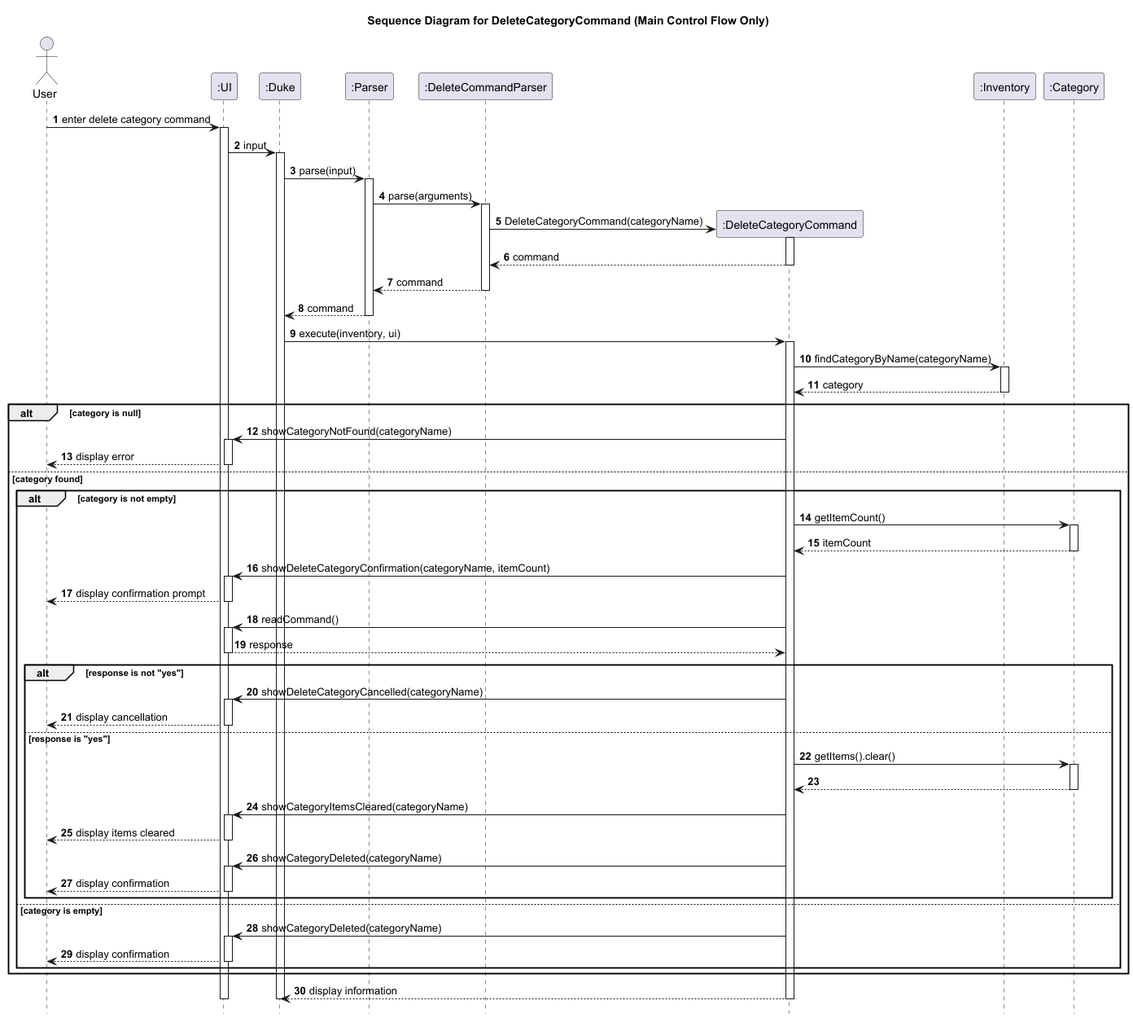
yueyang1111/tp keeps this PlantUML diagram as docs/diagrams/DeleteCategoryCommandMainFlow-Sequence_Diagram_for_DeleteCategoryCommand__Main_Control_Flow_Only_.png. Above is the earlier version. The source it was exported from:
```plantuml
@startuml
title Sequence Diagram for DeleteCategoryCommand (Main Control Flow Only)

autonumber
hide footbox

actor User
participant ":UI" as UI
participant ":Duke" as Duke
participant ":Parser" as Parser
participant ":DeleteCommandParser" as DeleteCommandParser
participant ":DeleteCategoryCommand" as DeleteCategoryCommand
participant ":Inventory" as Inventory
participant ":Category" as Category

User -> UI: enter delete category command
activate UI
UI -> Duke: input
activate Duke
Duke -> Parser: parse(input)
activate Parser

Parser -> DeleteCommandParser: parse(arguments)
activate DeleteCommandParser

create DeleteCategoryCommand
DeleteCommandParser -> DeleteCategoryCommand: DeleteCategoryCommand(categoryName)
activate DeleteCategoryCommand
DeleteCategoryCommand --> DeleteCommandParser: command
deactivate DeleteCategoryCommand
DeleteCommandParser --> Parser: command
deactivate DeleteCommandParser
Parser --> Duke: command
deactivate Parser

Duke -> DeleteCategoryCommand: execute(inventory, ui)
activate DeleteCategoryCommand
DeleteCategoryCommand -> Inventory: findCategoryByName(categoryName)
activate Inventory
Inventory --> DeleteCategoryCommand: category
deactivate Inventory

alt category is null
    DeleteCategoryCommand -> UI: showCategoryNotFound(categoryName)
    activate UI
    UI --> User: display error
    deactivate UI
else category found
    alt category is not empty
        DeleteCategoryCommand -> Category: getItemCount()
        activate Category
        Category --> DeleteCategoryCommand: itemCount
        deactivate Category

        DeleteCategoryCommand -> UI: showDeleteCategoryConfirmation(categoryName, itemCount)
        activate UI
        UI --> User: display confirmation prompt
        deactivate UI

        DeleteCategoryCommand -> UI: readCommand()
        activate UI
        UI --> DeleteCategoryCommand: response
        deactivate UI

        alt response is not "yes"
            DeleteCategoryCommand -> UI: showDeleteCategoryCancelled(categoryName)
            activate UI
            UI --> User: display cancellation
            deactivate UI
        else response is "yes"
            DeleteCategoryCommand -> Category: getItems().clear()
            activate Category
            Category --> DeleteCategoryCommand
            deactivate Category

            DeleteCategoryCommand -> UI: showCategoryItemsCleared(categoryName)
            activate UI
            UI --> User: display items cleared
            deactivate UI

            DeleteCategoryCommand -> UI: showCategoryDeleted(categoryName)
            activate UI
            UI --> User: display confirmation
            deactivate UI
        end
    else category is empty
        DeleteCategoryCommand -> UI: showCategoryDeleted(categoryName)
        activate UI
        UI --> User: display confirmation
        deactivate UI
    end
end

DeleteCategoryCommand --> Duke: display information
deactivate DeleteCategoryCommand
deactivate Duke
deactivate UI
@enduml
```
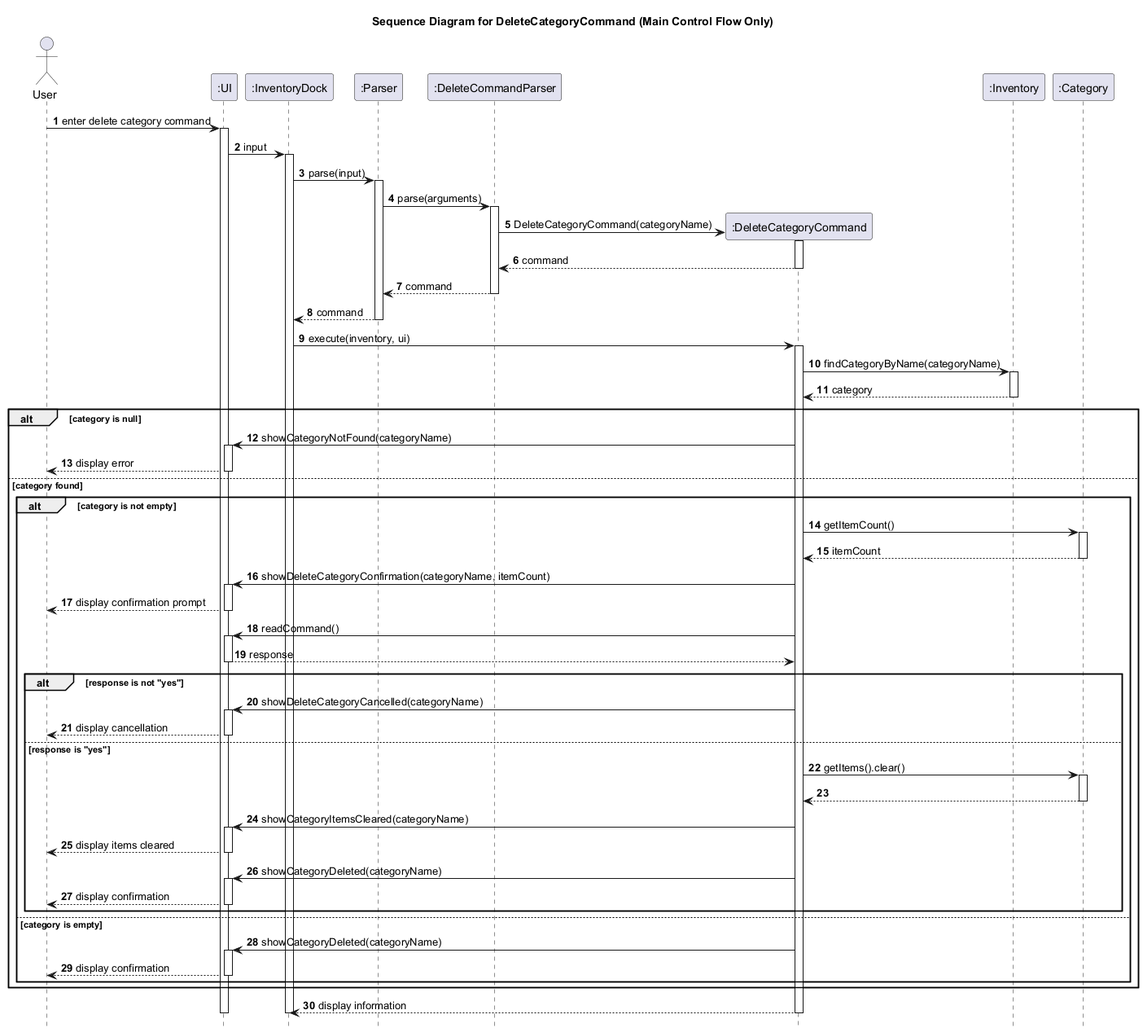
Later version of the same file.

What changed in the source:
```diff
@@ -6,7 +6,7 @@
 
 actor User
 participant ":UI" as UI
-participant ":Duke" as Duke
+participant ":InventoryDock" as InventoryDock
 participant ":Parser" as Parser
 participant ":DeleteCommandParser" as DeleteCommandParser
 participant ":DeleteCategoryCommand" as DeleteCategoryCommand
@@ -15,9 +15,9 @@
 
 User -> UI: enter delete category command
 activate UI
-UI -> Duke: input
-activate Duke
-Duke -> Parser: parse(input)
+UI -> InventoryDock: input
+activate InventoryDock
+InventoryDock -> Parser: parse(input)
 activate Parser
 
 Parser -> DeleteCommandParser: parse(arguments)
@@ -30,10 +30,10 @@
 deactivate DeleteCategoryCommand
 DeleteCommandParser --> Parser: command
 deactivate DeleteCommandParser
-Parser --> Duke: command
+Parser --> InventoryDock: command
 deactivate Parser
 
-Duke -> DeleteCategoryCommand: execute(inventory, ui)
+InventoryDock -> DeleteCategoryCommand: execute(inventory, ui)
 activate DeleteCategoryCommand
 DeleteCategoryCommand -> Inventory: findCategoryByName(categoryName)
 activate Inventory
@@ -91,8 +91,8 @@
     end
 end
 
-DeleteCategoryCommand --> Duke: display information
+DeleteCategoryCommand --> InventoryDock: display information
 deactivate DeleteCategoryCommand
-deactivate Duke
+deactivate InventoryDock
 deactivate UI
 @enduml
```
